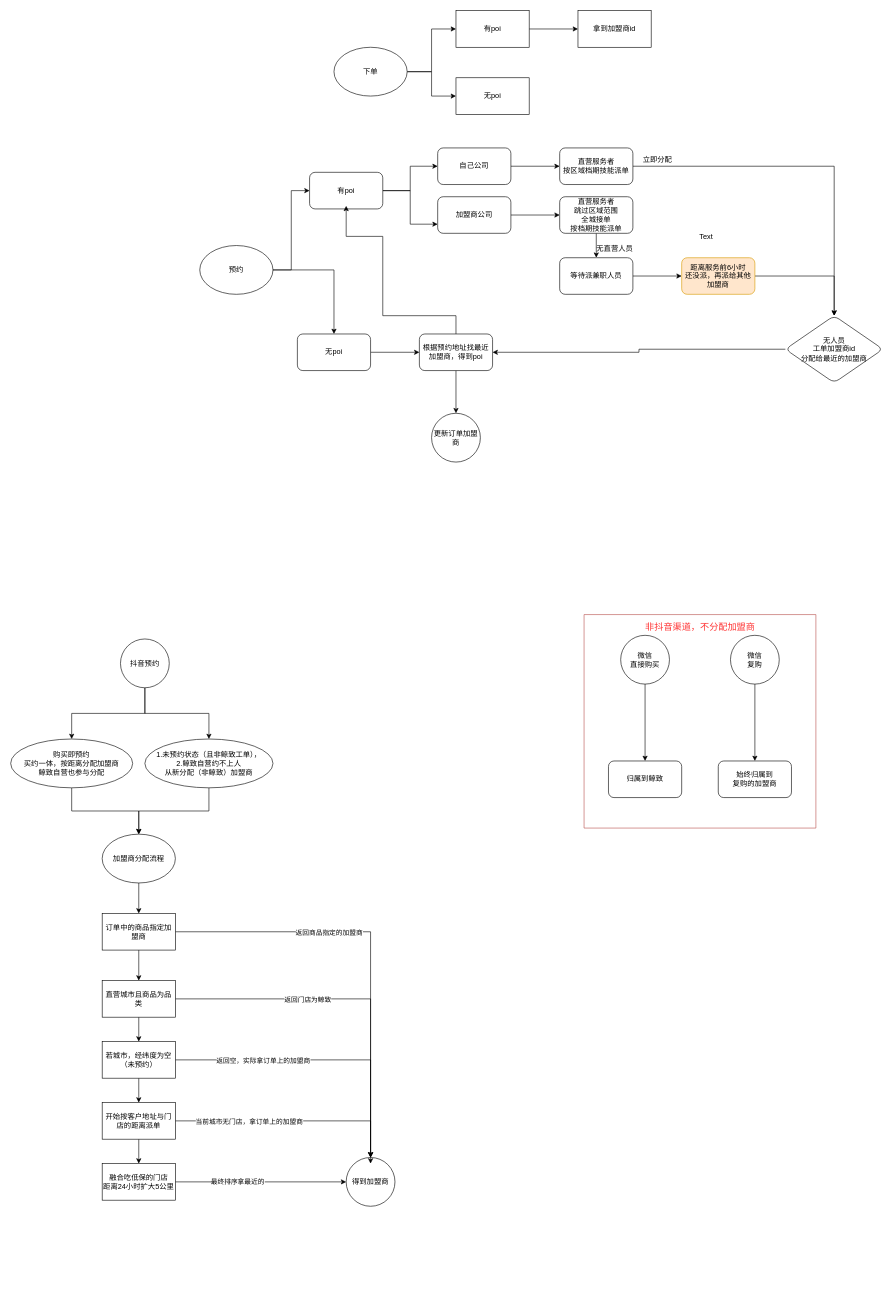
Above: 未命名绘图.drawio in 369527279/drwaio (draw.io), before the change. Source tidied: cells renumbered, new cells numbered last; positions are measured from the earlier drawing's top-left corner, leaving out a move shared by most shapes. Both pictures are drawn from the tidied source at 61%, with x=0, y=0 at pixel (10, 10).
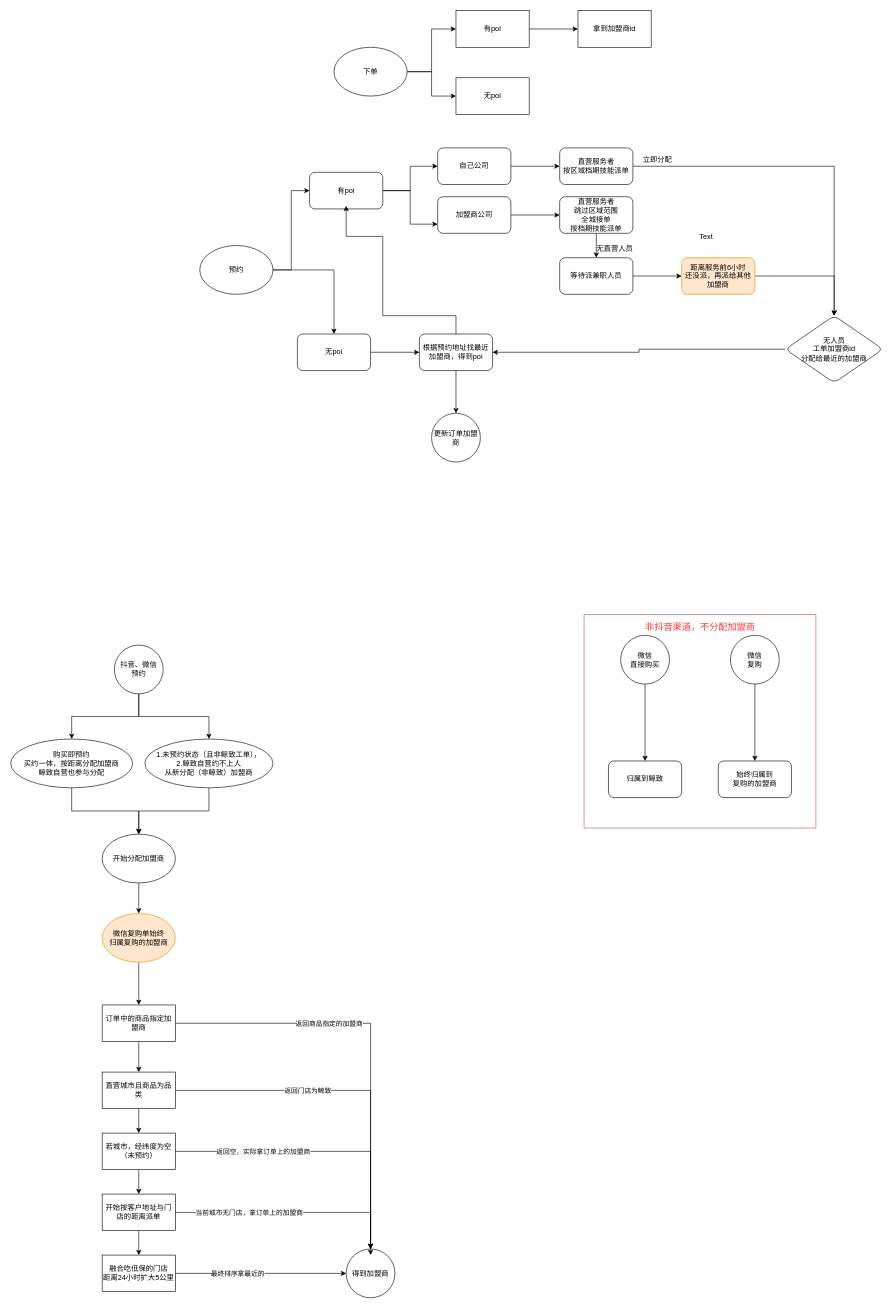
After the change.

Commit message:
更新未命名绘图.drawio

Diff of the diagram source:
```diff
@@
-    <mxCell id="40" value="抖音预约" style="ellipse;whiteSpace=wrap;html=1;" parent="1" vertex="1">
-      <mxGeometry x="180" y="1030" width="80" height="80" as="geometry" />
+    <mxCell id="40" value="抖音、微信&lt;br&gt;预约" style="ellipse;whiteSpace=wrap;html=1;" parent="1" vertex="1">
+      <mxGeometry x="170" y="1040" width="80" height="80" as="geometry" />
     </mxCell>
@@
-    <mxCell id="51" style="edgeStyle=orthogonalEdgeStyle;rounded=0;jettySize=auto;html=1;" parent="1" edge="1" source="52" target="56">
-      <mxGeometry relative="1" as="geometry" />
-    </mxCell>
+    <mxCell id="75" style="edgeStyle=orthogonalEdgeStyle;rounded=0;jettySize=auto;html=1;entryX=0.5;entryY=0;entryDx=0;entryDy=0;" parent="1" edge="1" source="52" target="77">
+      <mxGeometry relative="1" as="geometry" />
+    </mxCell>
-    <mxCell id="52" value="加盟商分配流程" style="ellipse;whiteSpace=wrap;html=1;" parent="1" vertex="1">
+    <mxCell id="52" value="开始分配加盟商" style="ellipse;whiteSpace=wrap;html=1;" parent="1" vertex="1">
       <mxGeometry x="150" y="1350" width="120" height="80" as="geometry" />
     </mxCell>
@@
     <mxCell id="56" value="订单中的商品指定加盟商" style="whiteSpace=wrap;html=1;" parent="1" vertex="1">
-      <mxGeometry x="150" y="1480" width="120" height="60" as="geometry" />
+      <mxGeometry x="150" y="1630" width="120" height="60" as="geometry" />
     </mxCell>
     <mxCell id="57" style="edgeStyle=orthogonalEdgeStyle;rounded=0;jettySize=auto;html=1;entryX=0.5;entryY=0;entryDx=0;entryDy=0;" parent="1" edge="1" source="60" target="61">
       <mxGeometry relative="1" as="geometry">
         <Array as="points">
-          <mxPoint x="590" y="1620" />
+          <mxPoint x="590" y="1770" />
         </Array>
       </mxGeometry>
     </mxCell>
@@
     <mxCell id="60" value="直营城市且商品为品类" style="whiteSpace=wrap;html=1;" parent="1" vertex="1">
-      <mxGeometry x="150" y="1590" width="120" height="60" as="geometry" />
+      <mxGeometry x="150" y="1740" width="120" height="60" as="geometry" />
     </mxCell>
     <mxCell id="61" value="得到加盟商" style="ellipse;whiteSpace=wrap;html=1;" parent="1" vertex="1">
-      <mxGeometry x="550" y="1880" width="80" height="80" as="geometry" />
+      <mxGeometry x="550" y="2030" width="80" height="80" as="geometry" />
     </mxCell>
     <mxCell id="62" style="edgeStyle=orthogonalEdgeStyle;rounded=0;jettySize=auto;html=1;" parent="1" edge="1" source="65">
       <mxGeometry relative="1" as="geometry">
-        <mxPoint x="590" y="1880" as="targetPoint" />
+        <mxPoint x="590" y="2030" as="targetPoint" />
         <Array as="points">
-          <mxPoint x="590" y="1720" />
+          <mxPoint x="590" y="1870" />
         </Array>
       </mxGeometry>
     </mxCell>
@@
     <mxCell id="65" value="若城市，经纬度为空（未预约）" style="whiteSpace=wrap;html=1;" parent="1" vertex="1">
-      <mxGeometry x="150" y="1690" width="120" height="60" as="geometry" />
+      <mxGeometry x="150" y="1840" width="120" height="60" as="geometry" />
     </mxCell>
@@
     <mxCell id="67" style="edgeStyle=orthogonalEdgeStyle;rounded=0;jettySize=auto;html=1;" parent="1" edge="1" source="69">
       <mxGeometry relative="1" as="geometry">
-        <mxPoint x="590" y="1890" as="targetPoint" />
+        <mxPoint x="590" y="2040" as="targetPoint" />
         <Array as="points">
-          <mxPoint x="590" y="1820" />
+          <mxPoint x="590" y="1970" />
         </Array>
       </mxGeometry>
     </mxCell>
@@
     <mxCell id="69" value="开始按客户地址与门店的距离派单" style="whiteSpace=wrap;html=1;" parent="1" vertex="1">
-      <mxGeometry x="150" y="1790" width="120" height="60" as="geometry" />
+      <mxGeometry x="150" y="1940" width="120" height="60" as="geometry" />
     </mxCell>
@@
     <mxCell id="72" value="融合吃低保的门店&lt;br&gt;距离24小时扩大5公里" style="whiteSpace=wrap;html=1;" parent="1" vertex="1">
-      <mxGeometry x="150" y="1890" width="120" height="60" as="geometry" />
+      <mxGeometry x="150" y="2040" width="120" height="60" as="geometry" />
     </mxCell>
@@
+    <mxCell id="76" style="edgeStyle=orthogonalEdgeStyle;rounded=0;jettySize=auto;html=1;entryX=0.5;entryY=0;entryDx=0;entryDy=0;" parent="1" edge="1" source="77" target="56">
+      <mxGeometry relative="1" as="geometry" />
+    </mxCell>
+    <mxCell id="77" value="微信复购单始终&lt;br&gt;归属复购的加盟商" style="ellipse;whiteSpace=wrap;html=1;fillColor=#ffe6cc;strokeColor=#d79b00;" parent="1" vertex="1">
+      <mxGeometry x="150" y="1480" width="120" height="80" as="geometry" />
+    </mxCell>
```
